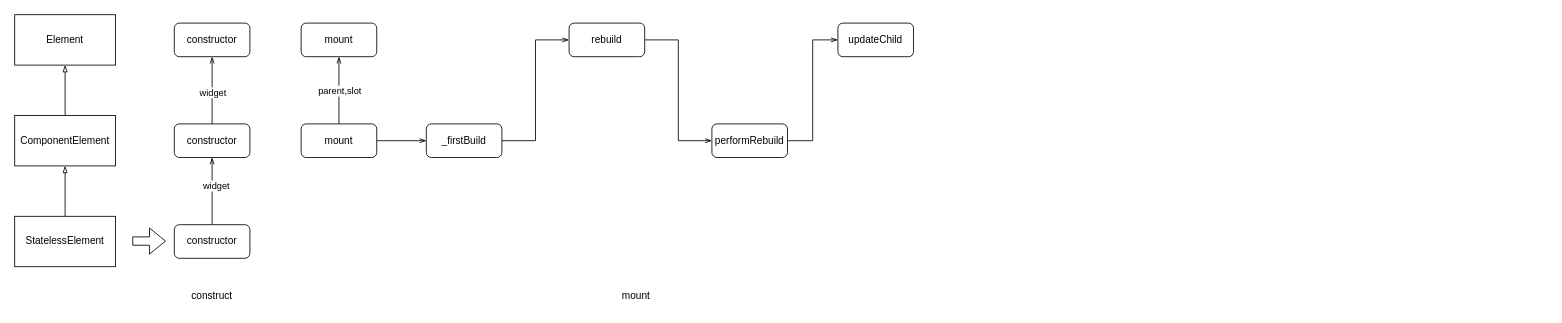
Above: flutter/Untitled Diagram.drawio in rockstore/diagram (draw.io), before the change. Source tidied: cells renumbered, new cells numbered last; positions are measured from the earlier drawing's top-left corner, leaving out a move shared by most shapes. Both pictures are drawn from the tidied source at 84%, with x=0, y=0 at pixel (14, 14).
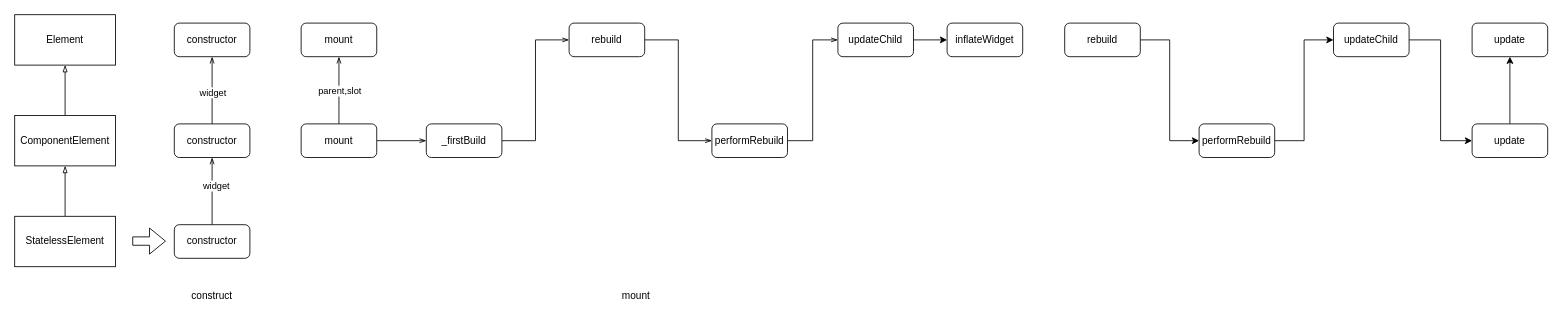
Above is the later version.

Unchanged cells that the change refers to:
```xml
<mxCell id="27" value="updateChild" style="rounded=1;whiteSpace=wrap;html=1;" parent="1" vertex="1">
  <mxGeometry x="980" y="10" width="90" height="40" as="geometry" />
</mxCell>
```

The edit, as a diff of the source:
```diff
@@
+    <mxCell id="29" style="edgeStyle=orthogonalEdgeStyle;rounded=0;jettySize=auto;html=1;exitX=1;exitY=0.5;exitDx=0;exitDy=0;entryX=0;entryY=0.5;entryDx=0;entryDy=0;" parent="1" edge="1" source="27" target="30">
+      <mxGeometry relative="1" as="geometry" />
+    </mxCell>
@@
+    <mxCell id="30" value="inflateWidget" style="rounded=1;whiteSpace=wrap;html=1;" parent="1" vertex="1">
+      <mxGeometry x="1110" y="10" width="90" height="40" as="geometry" />
+    </mxCell>
+    <mxCell id="31" style="edgeStyle=orthogonalEdgeStyle;rounded=0;jettySize=auto;html=1;exitX=1;exitY=0.5;exitDx=0;exitDy=0;entryX=0;entryY=0.5;entryDx=0;entryDy=0;" parent="1" edge="1" source="32" target="34">
+      <mxGeometry relative="1" as="geometry" />
+    </mxCell>
+    <mxCell id="32" value="rebuild" style="rounded=1;whiteSpace=wrap;html=1;" parent="1" vertex="1">
+      <mxGeometry x="1250" y="10" width="90" height="40" as="geometry" />
+    </mxCell>
+    <mxCell id="33" style="edgeStyle=orthogonalEdgeStyle;rounded=0;jettySize=auto;html=1;exitX=1;exitY=0.5;exitDx=0;exitDy=0;entryX=0;entryY=0.5;entryDx=0;entryDy=0;" parent="1" edge="1" source="34" target="36">
+      <mxGeometry relative="1" as="geometry" />
+    </mxCell>
+    <mxCell id="34" value="performRebuild" style="rounded=1;whiteSpace=wrap;html=1;" parent="1" vertex="1">
+      <mxGeometry x="1410" y="130" width="90" height="40" as="geometry" />
+    </mxCell>
+    <mxCell id="35" style="edgeStyle=orthogonalEdgeStyle;rounded=0;jettySize=auto;html=1;exitX=1;exitY=0.5;exitDx=0;exitDy=0;entryX=0;entryY=0.5;entryDx=0;entryDy=0;" parent="1" edge="1" source="36" target="38">
+      <mxGeometry relative="1" as="geometry" />
+    </mxCell>
+    <mxCell id="36" value="updateChild" style="rounded=1;whiteSpace=wrap;html=1;" parent="1" vertex="1">
+      <mxGeometry x="1570" y="10" width="90" height="40" as="geometry" />
+    </mxCell>
+    <mxCell id="37" style="edgeStyle=orthogonalEdgeStyle;rounded=0;jettySize=auto;html=1;exitX=0.5;exitY=0;exitDx=0;exitDy=0;entryX=0.5;entryY=1;entryDx=0;entryDy=0;" parent="1" edge="1" source="38" target="39">
+      <mxGeometry relative="1" as="geometry" />
+    </mxCell>
+    <mxCell id="38" value="update" style="rounded=1;whiteSpace=wrap;html=1;" parent="1" vertex="1">
+      <mxGeometry x="1735" y="130" width="90" height="40" as="geometry" />
+    </mxCell>
+    <mxCell id="39" value="update" style="rounded=1;whiteSpace=wrap;html=1;" parent="1" vertex="1">
+      <mxGeometry x="1735" y="10" width="90" height="40" as="geometry" />
+    </mxCell>
```
